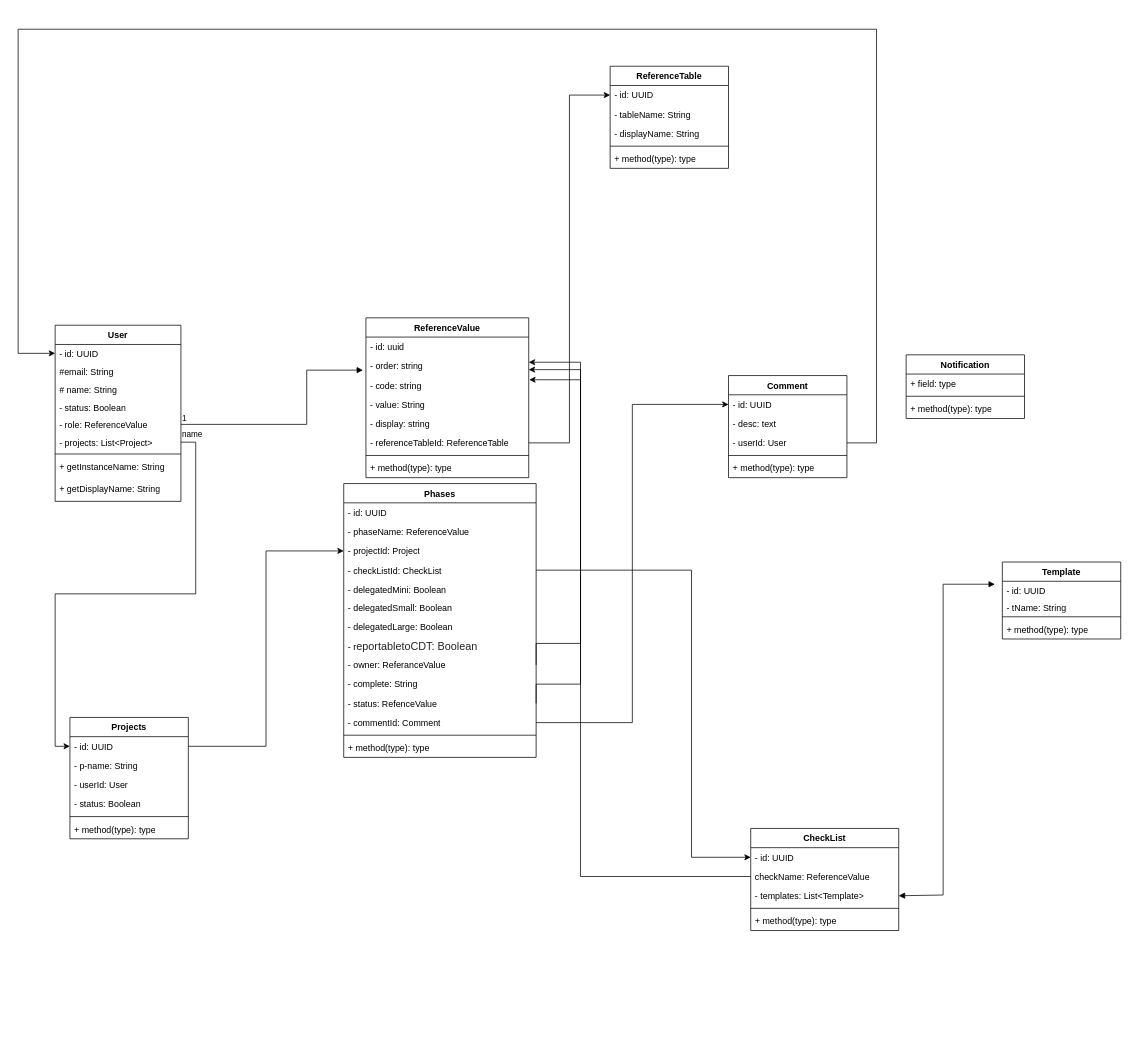
The draw.io diagram Share-Point.drawio in priyanshujoshi909/design-pattern, before the edit. Source tidied: cells renumbered, new cells numbered last; positions are measured from the earlier drawing's top-left corner, leaving out a move shared by most shapes. Both pictures are drawn from the tidied source at 74%, with x=0, y=0 at pixel (18, 29).
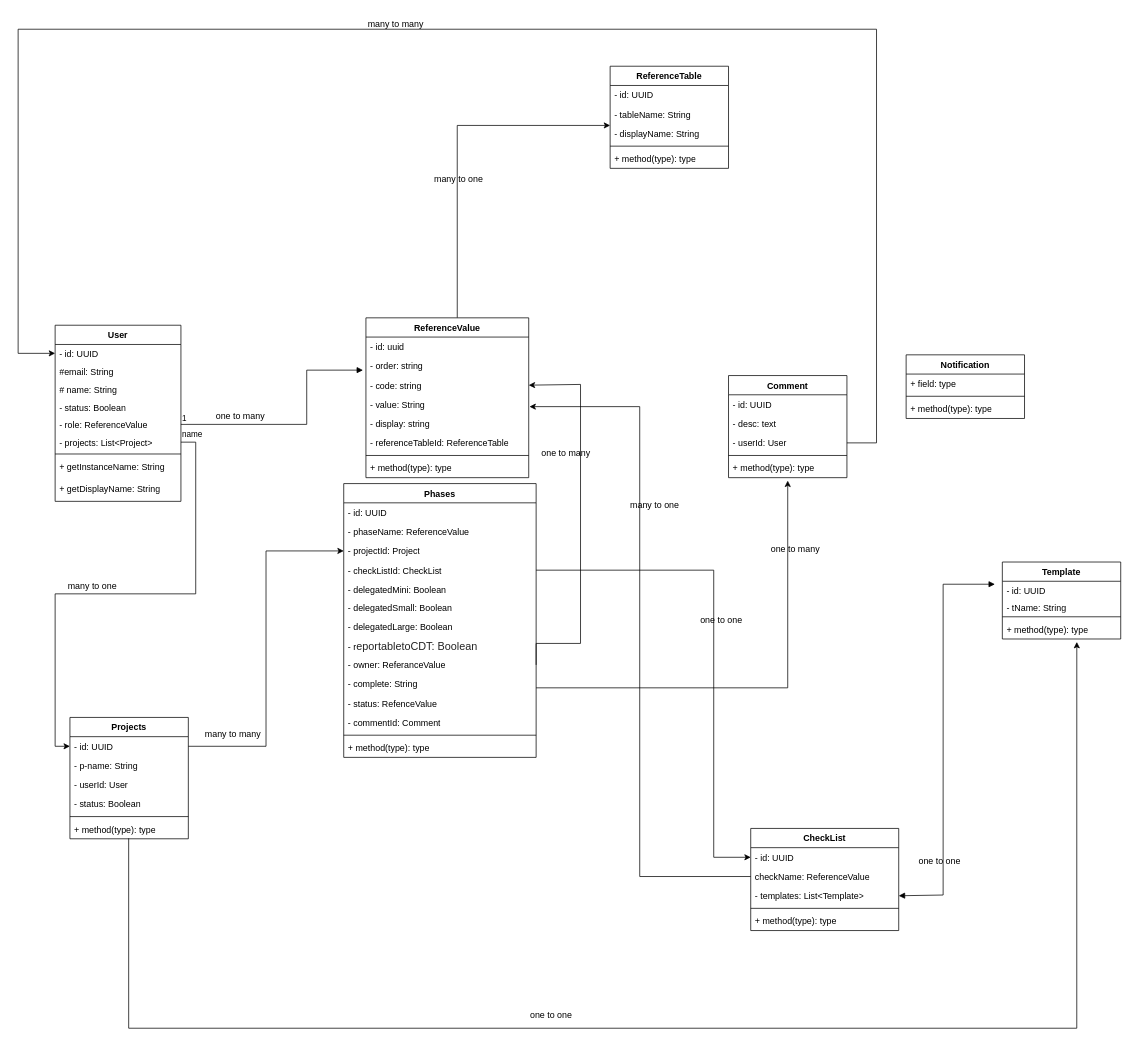
Above is the later version.

The change refers to these unchanged cells:
```xml
<mxCell id="14" value="ReferenceValue" style="swimlane;fontStyle=1;align=center;verticalAlign=top;horizontal=1;startSize=26;whiteSpace=wrap;html=1;" parent="1" vertex="1">
  <mxGeometry x="470" y="390" width="220" height="216" as="geometry" />
</mxCell>
<mxCell id="17" value="- code: string" style="text;strokeColor=none;fillColor=none;align=left;verticalAlign=top;spacingLeft=4;spacingRight=4;overflow=hidden;points=[[0,0.5],[1,0.5]];portConstraint=eastwest;whiteSpace=wrap;html=1;" parent="14" vertex="1">
  <mxGeometry y="78" width="220" height="26" as="geometry" />
</mxCell>
<mxCell id="20" value="- referenceTableId: ReferenceTable" style="text;strokeColor=none;fillColor=none;align=left;verticalAlign=top;spacingLeft=4;spacingRight=4;overflow=hidden;points=[[0,0.5],[1,0.5]];portConstraint=eastwest;whiteSpace=wrap;html=1;" parent="14" vertex="1">
  <mxGeometry y="156" width="220" height="26" as="geometry" />
</mxCell>
<mxCell id="31" value="+ method(type): type" style="text;strokeColor=none;fillColor=none;align=left;verticalAlign=top;spacingLeft=4;spacingRight=4;overflow=hidden;points=[[0,0.5],[1,0.5]];portConstraint=eastwest;whiteSpace=wrap;html=1;" parent="27" vertex="1">
  <mxGeometry y="78" width="160" height="26" as="geometry" />
</mxCell>
<mxCell id="36" value="- checkListId: CheckList" style="text;strokeColor=none;fillColor=none;align=left;verticalAlign=top;spacingLeft=4;spacingRight=4;overflow=hidden;points=[[0,0.5],[1,0.5]];portConstraint=eastwest;whiteSpace=wrap;html=1;" parent="32" vertex="1">
  <mxGeometry y="104" width="260" height="26" as="geometry" />
</mxCell>
<mxCell id="41" value="- owner: ReferanceValue" style="text;strokeColor=none;fillColor=none;align=left;verticalAlign=top;spacingLeft=4;spacingRight=4;overflow=hidden;points=[[0,0.5],[1,0.5]];portConstraint=eastwest;whiteSpace=wrap;html=1;" parent="32" vertex="1">
  <mxGeometry y="232" width="260" height="26" as="geometry" />
</mxCell>
<mxCell id="43" value="- status: RefenceValue" style="text;strokeColor=none;fillColor=none;align=left;verticalAlign=top;spacingLeft=4;spacingRight=4;overflow=hidden;points=[[0,0.5],[1,0.5]];portConstraint=eastwest;whiteSpace=wrap;html=1;" parent="32" vertex="1">
  <mxGeometry y="284" width="260" height="26" as="geometry" />
</mxCell>
<mxCell id="44" value="- commentId: Comment" style="text;strokeColor=none;fillColor=none;align=left;verticalAlign=top;spacingLeft=4;spacingRight=4;overflow=hidden;points=[[0,0.5],[1,0.5]];portConstraint=eastwest;whiteSpace=wrap;html=1;" parent="32" vertex="1">
  <mxGeometry y="310" width="260" height="26" as="geometry" />
</mxCell>
<mxCell id="54" value="+ method(type): type" style="text;strokeColor=none;fillColor=none;align=left;verticalAlign=top;spacingLeft=4;spacingRight=4;overflow=hidden;points=[[0,0.5],[1,0.5]];portConstraint=eastwest;whiteSpace=wrap;html=1;" parent="48" vertex="1">
  <mxGeometry y="138" width="160" height="26" as="geometry" />
</mxCell>
<mxCell id="56" value="- id: UUID" style="text;strokeColor=none;fillColor=none;align=left;verticalAlign=top;spacingLeft=4;spacingRight=4;overflow=hidden;points=[[0,0.5],[1,0.5]];portConstraint=eastwest;whiteSpace=wrap;html=1;" parent="55" vertex="1">
  <mxGeometry y="26" width="200" height="26" as="geometry" />
</mxCell>
<mxCell id="57" value="checkName: ReferenceValue" style="text;strokeColor=none;fillColor=none;align=left;verticalAlign=top;spacingLeft=4;spacingRight=4;overflow=hidden;points=[[0,0.5],[1,0.5]];portConstraint=eastwest;whiteSpace=wrap;html=1;" parent="55" vertex="1">
  <mxGeometry y="52" width="200" height="26" as="geometry" />
</mxCell>
<mxCell id="64" value="- id: UUID" style="text;strokeColor=none;fillColor=none;align=left;verticalAlign=top;spacingLeft=4;spacingRight=4;overflow=hidden;points=[[0,0.5],[1,0.5]];portConstraint=eastwest;whiteSpace=wrap;html=1;" parent="63" vertex="1">
  <mxGeometry y="26" width="160" height="26" as="geometry" />
</mxCell>
<mxCell id="74" value="- id: UUID" style="text;strokeColor=none;fillColor=none;align=left;verticalAlign=top;spacingLeft=4;spacingRight=4;overflow=hidden;points=[[0,0.5],[1,0.5]];portConstraint=eastwest;whiteSpace=wrap;html=1;" parent="73" vertex="1">
  <mxGeometry y="26" width="160" height="26" as="geometry" />
</mxCell>
```

Change to the diagram source:
```diff
@@
-    <mxCell id="61" style="edgeStyle=orthogonalEdgeStyle;rounded=0;jettySize=auto;html=1;exitX=1;exitY=0.5;exitDx=0;exitDy=0;" parent="1" edge="1" source="43">
-      <mxGeometry relative="1" as="geometry">
-        <mxPoint x="690" y="450" as="targetPoint" />
-        <Array as="points">
-          <mxPoint x="760" y="885" />
-          <mxPoint x="760" y="450" />
-        </Array>
-      </mxGeometry>
-    </mxCell>
-    <mxCell id="62" style="edgeStyle=orthogonalEdgeStyle;rounded=0;jettySize=auto;html=1;exitX=1;exitY=0.5;exitDx=0;exitDy=0;" parent="1" edge="1" source="41">
+    <mxCell id="62" style="edgeStyle=orthogonalEdgeStyle;rounded=0;jettySize=auto;html=1;exitX=1;exitY=0.5;exitDx=0;exitDy=0;entryX=1;entryY=0.5;entryDx=0;entryDy=0;" parent="1" edge="1" source="41" target="17">
       <mxGeometry relative="1" as="geometry">
-        <mxPoint x="690" y="460" as="targetPoint" />
         <Array as="points">
           <mxPoint x="700" y="830" />
           <mxPoint x="760" y="830" />
-          <mxPoint x="760" y="460" />
+          <mxPoint x="760" y="480" />
+          <mxPoint x="690" y="480" />
         </Array>
       </mxGeometry>
     </mxCell>
@@
-    <mxCell id="69" style="edgeStyle=orthogonalEdgeStyle;rounded=0;jettySize=auto;html=1;" parent="1" edge="1" source="44" target="64">
-      <mxGeometry relative="1" as="geometry" />
+    <mxCell id="69" style="edgeStyle=orthogonalEdgeStyle;rounded=0;orthogonalLoop=1;jettySize=auto;html=1;" parent="1" edge="1">
+      <mxGeometry relative="1" as="geometry">
+        <mxPoint x="700" y="890" as="sourcePoint" />
+        <mxPoint x="1040" y="610" as="targetPoint" />
+        <Array as="points">
+          <mxPoint x="1040" y="890" />
+        </Array>
+      </mxGeometry>
     </mxCell>
     <mxCell id="70" style="edgeStyle=orthogonalEdgeStyle;rounded=0;jettySize=auto;html=1;entryX=0;entryY=0.5;entryDx=0;entryDy=0;" parent="1" edge="1" source="36" target="56">
       <mxGeometry relative="1" as="geometry">
         <Array as="points">
-          <mxPoint x="910" y="731" />
-          <mxPoint x="910" y="1119" />
+          <mxPoint x="940" y="731" />
+          <mxPoint x="940" y="1119" />
         </Array>
       </mxGeometry>
     </mxCell>
@@
-    <mxCell id="72" style="edgeStyle=orthogonalEdgeStyle;rounded=0;jettySize=auto;html=1;entryX=1.003;entryY=0.218;entryDx=0;entryDy=0;entryPerimeter=0;" parent="1" edge="1" source="57" target="17">
+    <mxCell id="72" style="edgeStyle=orthogonalEdgeStyle;rounded=0;jettySize=auto;html=1;" parent="1" edge="1" source="57">
       <mxGeometry relative="1" as="geometry">
+        <mxPoint x="691" y="510" as="targetPoint" />
         <Array as="points">
-          <mxPoint x="760" y="1145" />
-          <mxPoint x="760" y="474" />
+          <mxPoint x="840" y="1145" />
+          <mxPoint x="840" y="510" />
         </Array>
       </mxGeometry>
     </mxCell>
@@
-    <mxCell id="79" style="edgeStyle=orthogonalEdgeStyle;rounded=0;jettySize=auto;html=1;entryX=0;entryY=0.5;entryDx=0;entryDy=0;" parent="1" edge="1" source="20" target="74">
-      <mxGeometry relative="1" as="geometry" />
+    <mxCell id="79" style="edgeStyle=orthogonalEdgeStyle;rounded=0;jettySize=auto;html=1;exitX=0.561;exitY=-0.001;exitDx=0;exitDy=0;exitPerimeter=0;" parent="1" edge="1" source="14">
+      <mxGeometry relative="1" as="geometry">
+        <mxPoint x="800" y="130" as="targetPoint" />
+        <Array as="points">
+          <mxPoint x="593" y="130" />
+        </Array>
+      </mxGeometry>
     </mxCell>
@@
+    <mxCell id="82" value="many to many" style="text;html=1;align=center;verticalAlign=middle;strokeColor=none;fillColor=none;" parent="1" vertex="1">
+      <mxGeometry x="240" y="938" width="100" height="30" as="geometry" />
+    </mxCell>
+    <mxCell id="83" value="one to one" style="text;html=1;align=center;verticalAlign=middle;strokeColor=none;fillColor=none;" parent="1" vertex="1">
+      <mxGeometry x="910" y="784" width="80" height="30" as="geometry" />
+    </mxCell>
+    <mxCell id="84" style="edgeStyle=orthogonalEdgeStyle;rounded=0;jettySize=auto;html=1;exitX=0.496;exitY=0.974;exitDx=0;exitDy=0;entryX=0.629;entryY=1.154;entryDx=0;entryDy=0;entryPerimeter=0;exitPerimeter=0;" parent="1" edge="1" source="54" target="31">
+      <mxGeometry relative="1" as="geometry">
+        <Array as="points">
+          <mxPoint x="150" y="1350" />
+          <mxPoint x="1431" y="1350" />
+        </Array>
+      </mxGeometry>
+    </mxCell>
+    <mxCell id="85" value="one to one" style="text;html=1;align=center;verticalAlign=middle;strokeColor=none;fillColor=none;" parent="1" vertex="1">
+      <mxGeometry x="680" y="1318" width="80" height="30" as="geometry" />
+    </mxCell>
+    <mxCell id="86" value="many to one" style="text;html=1;align=center;verticalAlign=middle;strokeColor=none;fillColor=none;" parent="1" vertex="1">
+      <mxGeometry x="550" y="188" width="90" height="30" as="geometry" />
+    </mxCell>
+    <mxCell id="87" value="many to many" style="text;html=1;align=center;verticalAlign=middle;strokeColor=none;fillColor=none;" parent="1" vertex="1">
+      <mxGeometry x="460" y="-22" width="100" height="30" as="geometry" />
+    </mxCell>
+    <mxCell id="88" value="many to one" style="text;html=1;align=center;verticalAlign=middle;strokeColor=none;fillColor=none;" parent="1" vertex="1">
+      <mxGeometry x="815" y="628" width="90" height="30" as="geometry" />
+    </mxCell>
+    <mxCell id="89" value="one to many" style="text;html=1;align=center;verticalAlign=middle;strokeColor=none;fillColor=none;" parent="1" vertex="1">
+      <mxGeometry x="1005" y="688" width="90" height="30" as="geometry" />
+    </mxCell>
+    <mxCell id="90" value="one to many" style="text;html=1;align=center;verticalAlign=middle;strokeColor=none;fillColor=none;" parent="1" vertex="1">
+      <mxGeometry x="255" y="508" width="90" height="30" as="geometry" />
+    </mxCell>
+    <mxCell id="91" value="many to one" style="text;html=1;align=center;verticalAlign=middle;strokeColor=none;fillColor=none;" parent="1" vertex="1">
+      <mxGeometry x="55" y="738" width="90" height="30" as="geometry" />
+    </mxCell>
+    <mxCell id="92" value="one to many" style="text;html=1;align=center;verticalAlign=middle;strokeColor=none;fillColor=none;" parent="1" vertex="1">
+      <mxGeometry x="695" y="558" width="90" height="30" as="geometry" />
+    </mxCell>
+    <mxCell id="93" value="one to one" style="text;html=1;align=center;verticalAlign=middle;strokeColor=none;fillColor=none;" parent="1" vertex="1">
+      <mxGeometry x="1205" y="1110" width="80" height="30" as="geometry" />
+    </mxCell>
```
